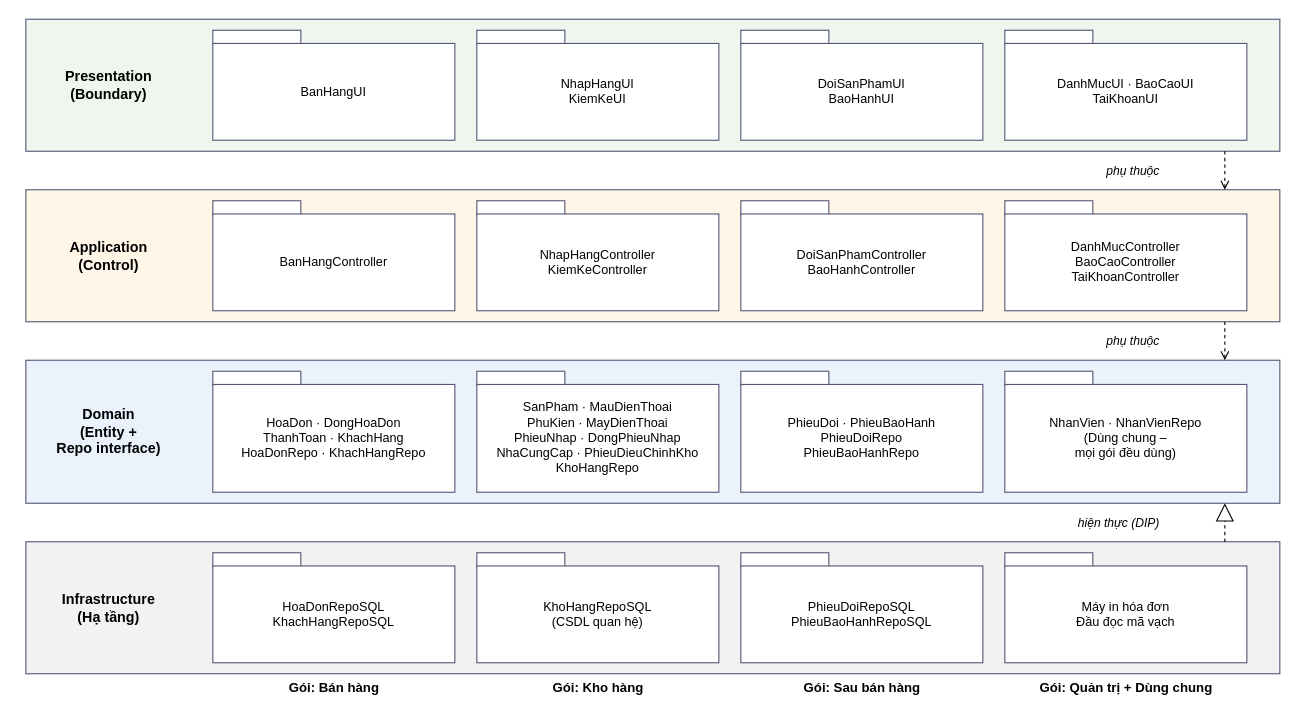
Above: SoDo/14_KienTruc.drawio in trungkien1407/OOP (draw.io), before the change. Source tidied: cells renumbered, new cells numbered last; positions are measured from the earlier drawing's top-left corner, leaving out a move shared by most shapes. Both pictures are drawn from the tidied source at 110%, with x=0, y=0 at pixel (25, 19).
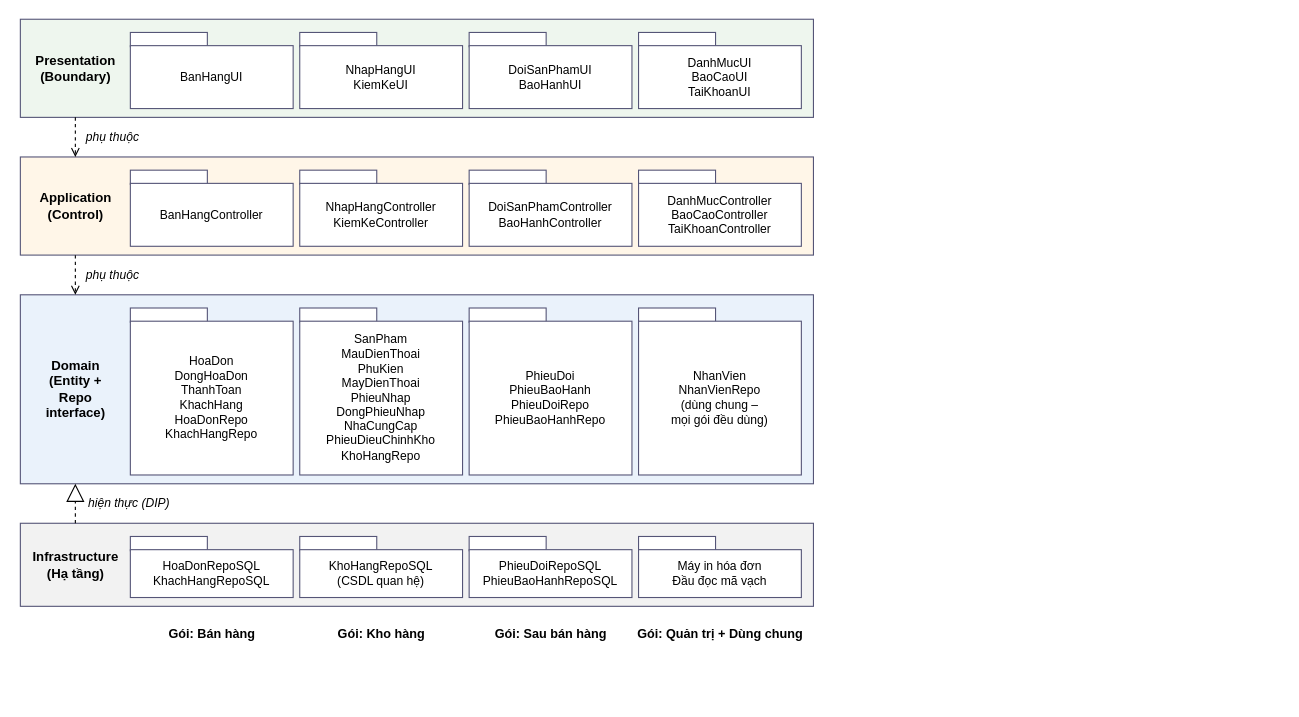
Above is the later version.

What changed in the source:
```diff
@@
     <mxCell id="2" style="rounded=0;whiteSpace=wrap;html=1;fillColor=#EEF6EE;strokeColor=#557;fontSize=13;" parent="1" vertex="1">
-      <mxGeometry width="1140" height="120" as="geometry" />
+      <mxGeometry x="-5" width="721" height="89.2" as="geometry" />
     </mxCell>
-    <mxCell id="3" value="Presentation&lt;br&gt;(Boundary)" style="text;html=1;align=center;verticalAlign=middle;fontSize=13;spacing=0;fontStyle=1;" parent="1" vertex="1">
-      <mxGeometry x="28.8" y="41.8" width="92.5" height="36.5" as="geometry" />
+    <mxCell id="3" value="Presentation&lt;br&gt;(Boundary)" style="text;html=1;align=center;verticalAlign=middle;fontSize=12;spacing=0;fontStyle=1;" parent="1" vertex="1">
+      <mxGeometry x="2" y="27.6" width="86" height="34" as="geometry" />
     </mxCell>
     <mxCell id="4" style="rounded=0;whiteSpace=wrap;html=1;fillColor=#fff;strokeColor=#557;fontSize=13;" parent="1" vertex="1">
-      <mxGeometry x="170" y="10" width="80" height="13" as="geometry" />
+      <mxGeometry x="95" y="12" width="70" height="13" as="geometry" />
     </mxCell>
-    <mxCell id="5" value="BanHangUI" style="rounded=0;whiteSpace=wrap;html=1;fillColor=#fff;strokeColor=#557;fontSize=11.5;" parent="1" vertex="1">
-      <mxGeometry x="170" y="22" width="220" height="88" as="geometry" />
+    <mxCell id="5" value="BanHangUI" style="rounded=0;whiteSpace=wrap;html=1;fillColor=#fff;strokeColor=#557;fontSize=11;" parent="1" vertex="1">
+      <mxGeometry x="95" y="24" width="148" height="57.2" as="geometry" />
     </mxCell>
     <mxCell id="6" style="rounded=0;whiteSpace=wrap;html=1;fillColor=#fff;strokeColor=#557;fontSize=13;" parent="1" vertex="1">
-      <mxGeometry x="410" y="10" width="80" height="13" as="geometry" />
+      <mxGeometry x="249" y="12" width="70" height="13" as="geometry" />
     </mxCell>
-    <mxCell id="7" value="NhapHangUI&lt;br&gt;KiemKeUI" style="rounded=0;whiteSpace=wrap;html=1;fillColor=#fff;strokeColor=#557;fontSize=11.5;" parent="1" vertex="1">
-      <mxGeometry x="410" y="22" width="220" height="88" as="geometry" />
+    <mxCell id="7" value="NhapHangUI&lt;br&gt;KiemKeUI" style="rounded=0;whiteSpace=wrap;html=1;fillColor=#fff;strokeColor=#557;fontSize=11;" parent="1" vertex="1">
+      <mxGeometry x="249" y="24" width="148" height="57.2" as="geometry" />
     </mxCell>
     <mxCell id="8" style="rounded=0;whiteSpace=wrap;html=1;fillColor=#fff;strokeColor=#557;fontSize=13;" parent="1" vertex="1">
-      <mxGeometry x="650" y="10" width="80" height="13" as="geometry" />
+      <mxGeometry x="403" y="12" width="70" height="13" as="geometry" />
     </mxCell>
-    <mxCell id="9" value="DoiSanPhamUI&lt;br&gt;BaoHanhUI" style="rounded=0;whiteSpace=wrap;html=1;fillColor=#fff;strokeColor=#557;fontSize=11.5;" parent="1" vertex="1">
-      <mxGeometry x="650" y="22" width="220" height="88" as="geometry" />
+    <mxCell id="9" value="DoiSanPhamUI&lt;br&gt;BaoHanhUI" style="rounded=0;whiteSpace=wrap;html=1;fillColor=#fff;strokeColor=#557;fontSize=11;" parent="1" vertex="1">
+      <mxGeometry x="403" y="24" width="148" height="57.2" as="geometry" />
     </mxCell>
     <mxCell id="10" style="rounded=0;whiteSpace=wrap;html=1;fillColor=#fff;strokeColor=#557;fontSize=13;" parent="1" vertex="1">
-      <mxGeometry x="890" y="10" width="80" height="13" as="geometry" />
+      <mxGeometry x="557" y="12" width="70" height="13" as="geometry" />
     </mxCell>
-    <mxCell id="11" value="DanhMucUI · BaoCaoUI&lt;br&gt;TaiKhoanUI" style="rounded=0;whiteSpace=wrap;html=1;fillColor=#fff;strokeColor=#557;fontSize=11.5;" parent="1" vertex="1">
-      <mxGeometry x="890" y="22" width="220" height="88" as="geometry" />
+    <mxCell id="11" value="DanhMucUI&lt;br&gt;BaoCaoUI&lt;br&gt;TaiKhoanUI" style="rounded=0;whiteSpace=wrap;html=1;fillColor=#fff;strokeColor=#557;fontSize=11;" parent="1" vertex="1">
+      <mxGeometry x="557" y="24" width="148" height="57.2" as="geometry" />
     </mxCell>
     <mxCell id="12" style="rounded=0;whiteSpace=wrap;html=1;fillColor=#FFF6E8;strokeColor=#557;fontSize=13;" parent="1" vertex="1">
-      <mxGeometry y="155" width="1140" height="120" as="geometry" />
+      <mxGeometry x="-5" y="125.2" width="721" height="89.2" as="geometry" />
     </mxCell>
-    <mxCell id="13" value="Application&lt;br&gt;(Control)" style="text;html=1;align=center;verticalAlign=middle;fontSize=13;spacing=0;fontStyle=1;" parent="1" vertex="1">
-      <mxGeometry x="35.3" y="196.8" width="79.4" height="36.5" as="geometry" />
+    <mxCell id="13" value="Application&lt;br&gt;(Control)" style="text;html=1;align=center;verticalAlign=middle;fontSize=12;spacing=0;fontStyle=1;" parent="1" vertex="1">
+      <mxGeometry x="8.1" y="152.9" width="73.9" height="34" as="geometry" />
     </mxCell>
     <mxCell id="14" style="rounded=0;whiteSpace=wrap;html=1;fillColor=#fff;strokeColor=#557;fontSize=13;" parent="1" vertex="1">
-      <mxGeometry x="170" y="165" width="80" height="13" as="geometry" />
+      <mxGeometry x="95" y="137.2" width="70" height="13" as="geometry" />
     </mxCell>
-    <mxCell id="15" value="BanHangController" style="rounded=0;whiteSpace=wrap;html=1;fillColor=#fff;strokeColor=#557;fontSize=11.5;" parent="1" vertex="1">
-      <mxGeometry x="170" y="177" width="220" height="88" as="geometry" />
+    <mxCell id="15" value="BanHangController" style="rounded=0;whiteSpace=wrap;html=1;fillColor=#fff;strokeColor=#557;fontSize=11;" parent="1" vertex="1">
+      <mxGeometry x="95" y="149.2" width="148" height="57.2" as="geometry" />
     </mxCell>
     <mxCell id="16" style="rounded=0;whiteSpace=wrap;html=1;fillColor=#fff;strokeColor=#557;fontSize=13;" parent="1" vertex="1">
-      <mxGeometry x="410" y="165" width="80" height="13" as="geometry" />
+      <mxGeometry x="249" y="137.2" width="70" height="13" as="geometry" />
     </mxCell>
-    <mxCell id="17" value="NhapHangController&lt;br&gt;KiemKeController" style="rounded=0;whiteSpace=wrap;html=1;fillColor=#fff;strokeColor=#557;fontSize=11.5;" parent="1" vertex="1">
-      <mxGeometry x="410" y="177" width="220" height="88" as="geometry" />
+    <mxCell id="17" value="NhapHangController&lt;br&gt;KiemKeController" style="rounded=0;whiteSpace=wrap;html=1;fillColor=#fff;strokeColor=#557;fontSize=11;" parent="1" vertex="1">
+      <mxGeometry x="249" y="149.2" width="148" height="57.2" as="geometry" />
     </mxCell>
     <mxCell id="18" style="rounded=0;whiteSpace=wrap;html=1;fillColor=#fff;strokeColor=#557;fontSize=13;" parent="1" vertex="1">
-      <mxGeometry x="650" y="165" width="80" height="13" as="geometry" />
+      <mxGeometry x="403" y="137.2" width="70" height="13" as="geometry" />
     </mxCell>
-    <mxCell id="19" value="DoiSanPhamController&lt;br&gt;BaoHanhController" style="rounded=0;whiteSpace=wrap;html=1;fillColor=#fff;strokeColor=#557;fontSize=11.5;" parent="1" vertex="1">
-      <mxGeometry x="650" y="177" width="220" height="88" as="geometry" />
+    <mxCell id="19" value="DoiSanPhamController&lt;br&gt;BaoHanhController" style="rounded=0;whiteSpace=wrap;html=1;fillColor=#fff;strokeColor=#557;fontSize=11;" parent="1" vertex="1">
+      <mxGeometry x="403" y="149.2" width="148" height="57.2" as="geometry" />
     </mxCell>
     <mxCell id="20" style="rounded=0;whiteSpace=wrap;html=1;fillColor=#fff;strokeColor=#557;fontSize=13;" parent="1" vertex="1">
-      <mxGeometry x="890" y="165" width="80" height="13" as="geometry" />
+      <mxGeometry x="557" y="137.2" width="70" height="13" as="geometry" />
     </mxCell>
-    <mxCell id="21" value="DanhMucController&lt;br&gt;BaoCaoController&lt;br&gt;TaiKhoanController" style="rounded=0;whiteSpace=wrap;html=1;fillColor=#fff;strokeColor=#557;fontSize=11.5;" parent="1" vertex="1">
-      <mxGeometry x="890" y="177" width="220" height="88" as="geometry" />
+    <mxCell id="21" value="DanhMucController&lt;br&gt;BaoCaoController&lt;br&gt;TaiKhoanController" style="rounded=0;whiteSpace=wrap;html=1;fillColor=#fff;strokeColor=#557;fontSize=11;" parent="1" vertex="1">
+      <mxGeometry x="557" y="149.2" width="148" height="57.2" as="geometry" />
     </mxCell>
     <mxCell id="22" style="rounded=0;whiteSpace=wrap;html=1;fillColor=#EAF2FB;strokeColor=#557;fontSize=13;" parent="1" vertex="1">
-      <mxGeometry y="310" width="1140" height="130" as="geometry" />
+      <mxGeometry x="-5" y="250.5" width="721" height="171.8" as="geometry" />
     </mxCell>
-    <mxCell id="23" value="Domain&lt;br&gt;(Entity +&lt;br&gt;Repo interface)" style="text;html=1;align=center;verticalAlign=middle;fontSize=13;spacing=0;fontStyle=1;" parent="1" vertex="1">
-      <mxGeometry x="21.1" y="348.6" width="107.7" height="52.8" as="geometry" />
+    <mxCell id="23" value="Domain&lt;br&gt;(Entity +&lt;br&gt;Repo&lt;br&gt;interface)" style="text;html=1;align=center;verticalAlign=middle;fontSize=12;spacing=0;fontStyle=1;" parent="1" vertex="1">
+      <mxGeometry x="10.8" y="304.4" width="68.5" height="64" as="geometry" />
     </mxCell>
     <mxCell id="24" style="rounded=0;whiteSpace=wrap;html=1;fillColor=#fff;strokeColor=#557;fontSize=13;" parent="1" vertex="1">
-      <mxGeometry x="170" y="320" width="80" height="13" as="geometry" />
+      <mxGeometry x="95" y="262.5" width="70" height="13" as="geometry" />
     </mxCell>
-    <mxCell id="25" value="HoaDon · DongHoaDon&lt;br&gt;ThanhToan · KhachHang&lt;br&gt;HoaDonRepo · KhachHangRepo" style="rounded=0;whiteSpace=wrap;html=1;fillColor=#fff;strokeColor=#557;fontSize=11.5;" parent="1" vertex="1">
-      <mxGeometry x="170" y="332" width="220" height="98" as="geometry" />
+    <mxCell id="25" value="HoaDon&lt;br&gt;DongHoaDon&lt;br&gt;ThanhToan&lt;br&gt;KhachHang&lt;br&gt;HoaDonRepo&lt;br&gt;KhachHangRepo" style="rounded=0;whiteSpace=wrap;html=1;fillColor=#fff;strokeColor=#557;fontSize=11;" parent="1" vertex="1">
+      <mxGeometry x="95" y="274.5" width="148" height="139.8" as="geometry" />
     </mxCell>
     <mxCell id="26" style="rounded=0;whiteSpace=wrap;html=1;fillColor=#fff;strokeColor=#557;fontSize=13;" parent="1" vertex="1">
-      <mxGeometry x="410" y="320" width="80" height="13" as="geometry" />
+      <mxGeometry x="249" y="262.5" width="70" height="13" as="geometry" />
     </mxCell>
-    <mxCell id="27" value="SanPham · MauDienThoai&lt;br&gt;PhuKien · MayDienThoai&lt;br&gt;PhieuNhap · DongPhieuNhap&lt;br&gt;NhaCungCap · PhieuDieuChinhKho&lt;br&gt;KhoHangRepo" style="rounded=0;whiteSpace=wrap;html=1;fillColor=#fff;strokeColor=#557;fontSize=11.5;" parent="1" vertex="1">
-      <mxGeometry x="410" y="332" width="220" height="98" as="geometry" />
+    <mxCell id="27" value="SanPham&lt;br&gt;MauDienThoai&lt;br&gt;PhuKien&lt;br&gt;MayDienThoai&lt;br&gt;PhieuNhap&lt;br&gt;DongPhieuNhap&lt;br&gt;NhaCungCap&lt;br&gt;PhieuDieuChinhKho&lt;br&gt;KhoHangRepo" style="rounded=0;whiteSpace=wrap;html=1;fillColor=#fff;strokeColor=#557;fontSize=11;" parent="1" vertex="1">
+      <mxGeometry x="249" y="274.5" width="148" height="139.8" as="geometry" />
     </mxCell>
     <mxCell id="28" style="rounded=0;whiteSpace=wrap;html=1;fillColor=#fff;strokeColor=#557;fontSize=13;" parent="1" vertex="1">
-      <mxGeometry x="650" y="320" width="80" height="13" as="geometry" />
+      <mxGeometry x="403" y="262.5" width="70" height="13" as="geometry" />
     </mxCell>
-    <mxCell id="29" value="PhieuDoi · PhieuBaoHanh&lt;br&gt;PhieuDoiRepo&lt;br&gt;PhieuBaoHanhRepo" style="rounded=0;whiteSpace=wrap;html=1;fillColor=#fff;strokeColor=#557;fontSize=11.5;" parent="1" vertex="1">
-      <mxGeometry x="650" y="332" width="220" height="98" as="geometry" />
+    <mxCell id="29" value="PhieuDoi&lt;br&gt;PhieuBaoHanh&lt;br&gt;PhieuDoiRepo&lt;br&gt;PhieuBaoHanhRepo" style="rounded=0;whiteSpace=wrap;html=1;fillColor=#fff;strokeColor=#557;fontSize=11;" parent="1" vertex="1">
+      <mxGeometry x="403" y="274.5" width="148" height="139.8" as="geometry" />
     </mxCell>
     <mxCell id="30" style="rounded=0;whiteSpace=wrap;html=1;fillColor=#fff;strokeColor=#557;fontSize=13;" parent="1" vertex="1">
-      <mxGeometry x="890" y="320" width="80" height="13" as="geometry" />
+      <mxGeometry x="557" y="262.5" width="70" height="13" as="geometry" />
     </mxCell>
-    <mxCell id="31" value="NhanVien · NhanVienRepo&lt;br&gt;(Dùng chung –&lt;br&gt;mọi gói đều dùng)" style="rounded=0;whiteSpace=wrap;html=1;fillColor=#fff;strokeColor=#557;fontSize=11.5;" parent="1" vertex="1">
-      <mxGeometry x="890" y="332" width="220" height="98" as="geometry" />
+    <mxCell id="31" value="NhanVien&lt;br&gt;NhanVienRepo&lt;br&gt;(dùng chung –&lt;br&gt;mọi gói đều dùng)" style="rounded=0;whiteSpace=wrap;html=1;fillColor=#fff;strokeColor=#557;fontSize=11;" parent="1" vertex="1">
+      <mxGeometry x="557" y="274.5" width="148" height="139.8" as="geometry" />
     </mxCell>
     <mxCell id="32" style="rounded=0;whiteSpace=wrap;html=1;fillColor=#F2F2F2;strokeColor=#557;fontSize=13;" parent="1" vertex="1">
-      <mxGeometry y="475" width="1140" height="120" as="geometry" />
+      <mxGeometry x="-5" y="458.2" width="721" height="75.5" as="geometry" />
     </mxCell>
-    <mxCell id="33" value="Infrastructure&lt;br&gt;(Hạ tầng)" style="text;html=1;align=center;verticalAlign=middle;fontSize=13;spacing=0;fontStyle=1;" parent="1" vertex="1">
-      <mxGeometry x="20.1" y="516.8" width="109.8" height="36.5" as="geometry" />
+    <mxCell id="33" value="Infrastructure&lt;br&gt;(Hạ tầng)" style="text;html=1;align=center;verticalAlign=middle;fontSize=12;spacing=0;fontStyle=1;" parent="1" vertex="1">
+      <mxGeometry x="-6" y="479" width="102" height="34" as="geometry" />
     </mxCell>
     <mxCell id="34" style="rounded=0;whiteSpace=wrap;html=1;fillColor=#fff;strokeColor=#557;fontSize=13;" parent="1" vertex="1">
-      <mxGeometry x="170" y="485" width="80" height="13" as="geometry" />
+      <mxGeometry x="95" y="470.2" width="70" height="13" as="geometry" />
     </mxCell>
-    <mxCell id="35" value="HoaDonRepoSQL&lt;br&gt;KhachHangRepoSQL" style="rounded=0;whiteSpace=wrap;html=1;fillColor=#fff;strokeColor=#557;fontSize=11.5;" parent="1" vertex="1">
-      <mxGeometry x="170" y="497" width="220" height="88" as="geometry" />
+    <mxCell id="35" value="HoaDonRepoSQL&lt;br&gt;KhachHangRepoSQL" style="rounded=0;whiteSpace=wrap;html=1;fillColor=#fff;strokeColor=#557;fontSize=11;" parent="1" vertex="1">
+      <mxGeometry x="95" y="482.2" width="148" height="43.5" as="geometry" />
     </mxCell>
     <mxCell id="36" style="rounded=0;whiteSpace=wrap;html=1;fillColor=#fff;strokeColor=#557;fontSize=13;" parent="1" vertex="1">
-      <mxGeometry x="410" y="485" width="80" height="13" as="geometry" />
+      <mxGeometry x="249" y="470.2" width="70" height="13" as="geometry" />
     </mxCell>
-    <mxCell id="37" value="KhoHangRepoSQL&lt;br&gt;(CSDL quan hệ)" style="rounded=0;whiteSpace=wrap;html=1;fillColor=#fff;strokeColor=#557;fontSize=11.5;" parent="1" vertex="1">
-      <mxGeometry x="410" y="497" width="220" height="88" as="geometry" />
+    <mxCell id="37" value="KhoHangRepoSQL&lt;br&gt;(CSDL quan hệ)" style="rounded=0;whiteSpace=wrap;html=1;fillColor=#fff;strokeColor=#557;fontSize=11;" parent="1" vertex="1">
+      <mxGeometry x="249" y="482.2" width="148" height="43.5" as="geometry" />
     </mxCell>
     <mxCell id="38" style="rounded=0;whiteSpace=wrap;html=1;fillColor=#fff;strokeColor=#557;fontSize=13;" parent="1" vertex="1">
-      <mxGeometry x="650" y="485" width="80" height="13" as="geometry" />
+      <mxGeometry x="403" y="470.2" width="70" height="13" as="geometry" />
     </mxCell>
-    <mxCell id="39" value="PhieuDoiRepoSQL&lt;br&gt;PhieuBaoHanhRepoSQL" style="rounded=0;whiteSpace=wrap;html=1;fillColor=#fff;strokeColor=#557;fontSize=11.5;" parent="1" vertex="1">
-      <mxGeometry x="650" y="497" width="220" height="88" as="geometry" />
+    <mxCell id="39" value="PhieuDoiRepoSQL&lt;br&gt;PhieuBaoHanhRepoSQL" style="rounded=0;whiteSpace=wrap;html=1;fillColor=#fff;strokeColor=#557;fontSize=11;" parent="1" vertex="1">
+      <mxGeometry x="403" y="482.2" width="148" height="43.5" as="geometry" />
     </mxCell>
     <mxCell id="40" style="rounded=0;whiteSpace=wrap;html=1;fillColor=#fff;strokeColor=#557;fontSize=13;" parent="1" vertex="1">
-      <mxGeometry x="890" y="485" width="80" height="13" as="geometry" />
+      <mxGeometry x="557" y="470.2" width="70" height="13" as="geometry" />
     </mxCell>
-    <mxCell id="41" value="Máy in hóa đơn&lt;br&gt;Đầu đọc mã vạch" style="rounded=0;whiteSpace=wrap;html=1;fillColor=#fff;strokeColor=#557;fontSize=11.5;" parent="1" vertex="1">
-      <mxGeometry x="890" y="497" width="220" height="88" as="geometry" />
+    <mxCell id="41" value="Máy in hóa đơn&lt;br&gt;Đầu đọc mã vạch" style="rounded=0;whiteSpace=wrap;html=1;fillColor=#fff;strokeColor=#557;fontSize=11;" parent="1" vertex="1">
+      <mxGeometry x="557" y="482.2" width="148" height="43.5" as="geometry" />
     </mxCell>
     <mxCell id="42" style="html=1;rounded=0;endArrow=open;endFill=0;startArrow=none;dashed=1;" parent="1" edge="1">
       <mxGeometry relative="1" as="geometry">
-        <mxPoint x="1090" y="120" as="sourcePoint" />
-        <mxPoint x="1090" y="155" as="targetPoint" />
+        <mxPoint x="45" y="89.2" as="sourcePoint" />
+        <mxPoint x="45" y="125.2" as="targetPoint" />
       </mxGeometry>
     </mxCell>
-    <mxCell id="43" style="html=1;rounded=0;endArrow=open;endFill=0;startArrow=none;dashed=1;" parent="1" edge="1">
-      <mxGeometry relative="1" as="geometry">
-        <mxPoint x="1090" y="275" as="sourcePoint" />
-        <mxPoint x="1090" y="310" as="targetPoint" />
-      </mxGeometry>
+    <mxCell id="43" value="phụ thuộc" style="text;html=1;align=left;verticalAlign=middle;fontSize=11;spacing=0;fontStyle=2;labelBackgroundColor=#ffffff;" parent="1" vertex="1">
+      <mxGeometry x="55" y="98.4" width="59.7" height="17.8" as="geometry" />
     </mxCell>
-    <mxCell id="44" style="html=1;rounded=0;endArrow=block;endFill=0;endSize=14;startArrow=none;dashed=1;" parent="1" edge="1">
+    <mxCell id="44" style="html=1;rounded=0;endArrow=open;endFill=0;startArrow=none;dashed=1;" parent="1" edge="1">
       <mxGeometry relative="1" as="geometry">
-        <mxPoint x="1090" y="475" as="sourcePoint" />
-        <mxPoint x="1090" y="440" as="targetPoint" />
+        <mxPoint x="45" y="214.5" as="sourcePoint" />
+        <mxPoint x="45" y="250.5" as="targetPoint" />
       </mxGeometry>
     </mxCell>
-    <mxCell id="45" value="hiện thực (DIP)" style="text;html=1;align=right;verticalAlign=middle;fontSize=11;spacing=0;fontStyle=2;labelBackgroundColor=#ffffff;" parent="1" vertex="1">
-      <mxGeometry x="940" y="449.1" width="89.9" height="17.8" as="geometry" />
+    <mxCell id="45" value="phụ thuộc" style="text;html=1;align=left;verticalAlign=middle;fontSize=11;spacing=0;fontStyle=2;labelBackgroundColor=#ffffff;" parent="1" vertex="1">
+      <mxGeometry x="55" y="223.6" width="59.7" height="17.8" as="geometry" />
     </mxCell>
-    <mxCell id="46" value="phụ thuộc" style="text;html=1;align=right;verticalAlign=middle;fontSize=11;spacing=0;fontStyle=2;labelBackgroundColor=#ffffff;" parent="1" vertex="1">
-      <mxGeometry x="970.3" y="129.1" width="59.7" height="17.8" as="geometry" />
+    <mxCell id="46" style="html=1;rounded=0;endArrow=block;endFill=0;endSize=14;startArrow=none;dashed=1;" parent="1" edge="1">
+      <mxGeometry relative="1" as="geometry">
+        <mxPoint x="45" y="458.2" as="sourcePoint" />
+        <mxPoint x="45" y="422.2" as="targetPoint" />
+      </mxGeometry>
     </mxCell>
-    <mxCell id="47" value="phụ thuộc" style="text;html=1;align=right;verticalAlign=middle;fontSize=11;spacing=0;fontStyle=2;labelBackgroundColor=#ffffff;" parent="1" vertex="1">
-      <mxGeometry x="970.3" y="284.1" width="59.7" height="17.8" as="geometry" />
+    <mxCell id="47" value="hiện thực (DIP)" style="text;html=1;align=left;verticalAlign=middle;fontSize=11;spacing=0;fontStyle=2;labelBackgroundColor=#ffffff;" parent="1" vertex="1">
+      <mxGeometry x="57" y="431.4" width="89.9" height="17.8" as="geometry" />
     </mxCell>
-    <mxCell id="48" value="Gói: Bán hàng" style="text;html=1;align=center;verticalAlign=middle;fontSize=12;spacing=0;fontStyle=1;" parent="1" vertex="1">
-      <mxGeometry x="237.3" y="598.5" width="85.4" height="19" as="geometry" />
+    <mxCell id="48" value="Gói: Bán hàng" style="text;html=1;align=center;verticalAlign=middle;fontSize=11.5;spacing=0;fontStyle=1;" parent="1" vertex="1">
+      <mxGeometry x="127.9" y="549.8" width="82.2" height="18.4" as="geometry" />
     </mxCell>
-    <mxCell id="49" value="Gói: Kho hàng" style="text;html=1;align=center;verticalAlign=middle;fontSize=12;spacing=0;fontStyle=1;" parent="1" vertex="1">
-      <mxGeometry x="477.3" y="598.5" width="85.4" height="19" as="geometry" />
+    <mxCell id="49" value="Gói: Kho hàng" style="text;html=1;align=center;verticalAlign=middle;fontSize=11.5;spacing=0;fontStyle=1;" parent="1" vertex="1">
+      <mxGeometry x="281.9" y="549.8" width="82.2" height="18.4" as="geometry" />
     </mxCell>
-    <mxCell id="50" value="Gói: Sau bán hàng" style="text;html=1;align=center;verticalAlign=middle;fontSize=12;spacing=0;fontStyle=1;" parent="1" vertex="1">
-      <mxGeometry x="705.6" y="598.5" width="108.8" height="19" as="geometry" />
+    <mxCell id="50" value="Gói: Sau bán hàng" style="text;html=1;align=center;verticalAlign=middle;fontSize=11.5;spacing=0;fontStyle=1;" parent="1" vertex="1">
+      <mxGeometry x="424.7" y="549.8" width="104.6" height="18.4" as="geometry" />
     </mxCell>
-    <mxCell id="51" value="Gói: Quản trị + Dùng chung" style="text;html=1;align=center;verticalAlign=middle;fontSize=12;spacing=0;fontStyle=1;" parent="1" vertex="1">
-      <mxGeometry x="918.1" y="598.5" width="163.8" height="19" as="geometry" />
+    <mxCell id="51" value="Gói: Quản trị + Dùng chung" style="text;html=1;align=center;verticalAlign=middle;fontSize=11.5;spacing=0;fontStyle=1;" parent="1" vertex="1">
+      <mxGeometry x="552.4" y="549.8" width="157.3" height="18.4" as="geometry" />
     </mxCell>
```
